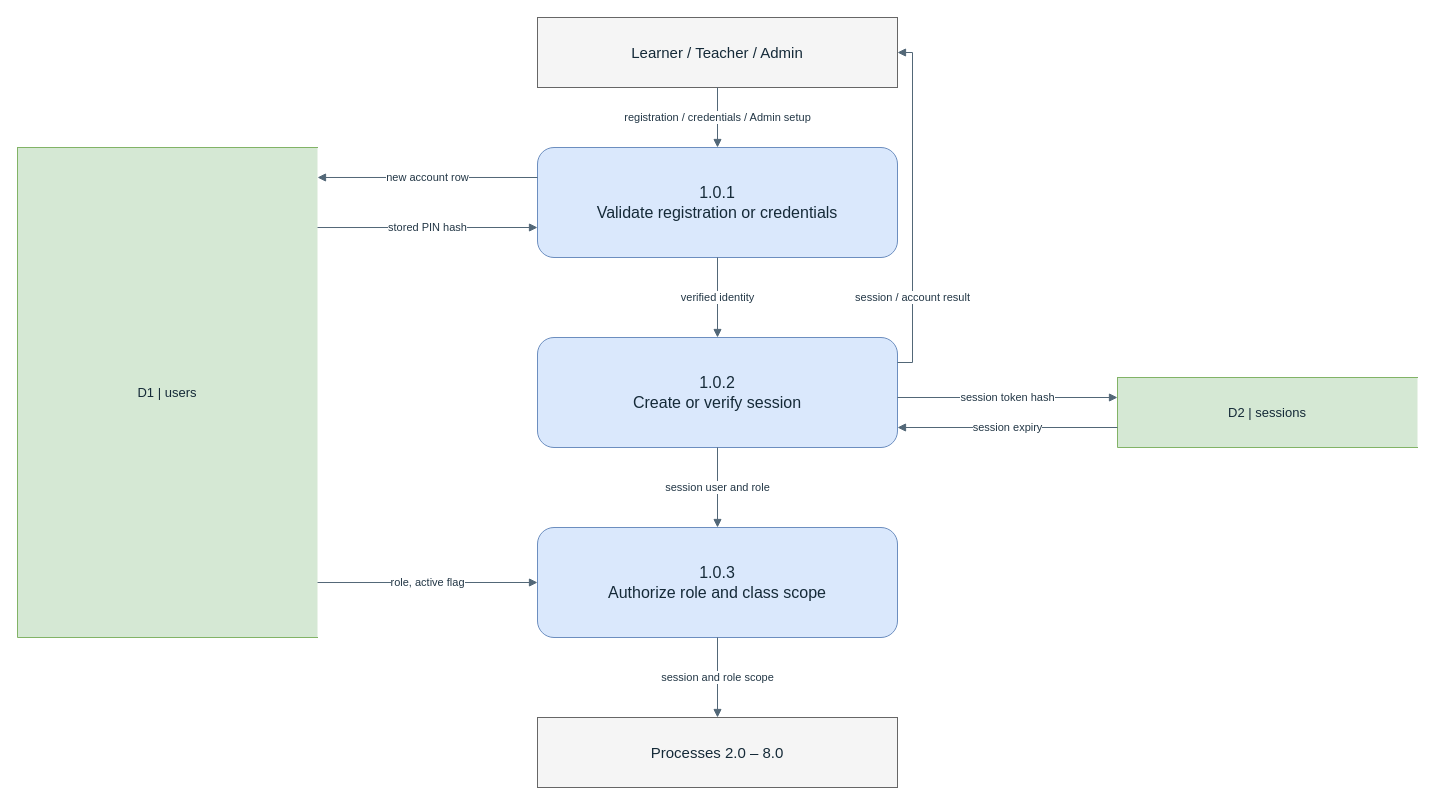
Earlier version of the draw.io diagram docs/thesis/chapter-3/diagrams/dfd-level-2-accounts.drawio (BootlegYouki/L.A.R.A). Source tidied: cells renumbered, new cells numbered last; positions are measured from the earlier drawing's top-left corner, leaving out a move shared by most shapes. Both pictures are drawn from the tidied source at 100%, with x=0, y=0 at pixel (17, 17).
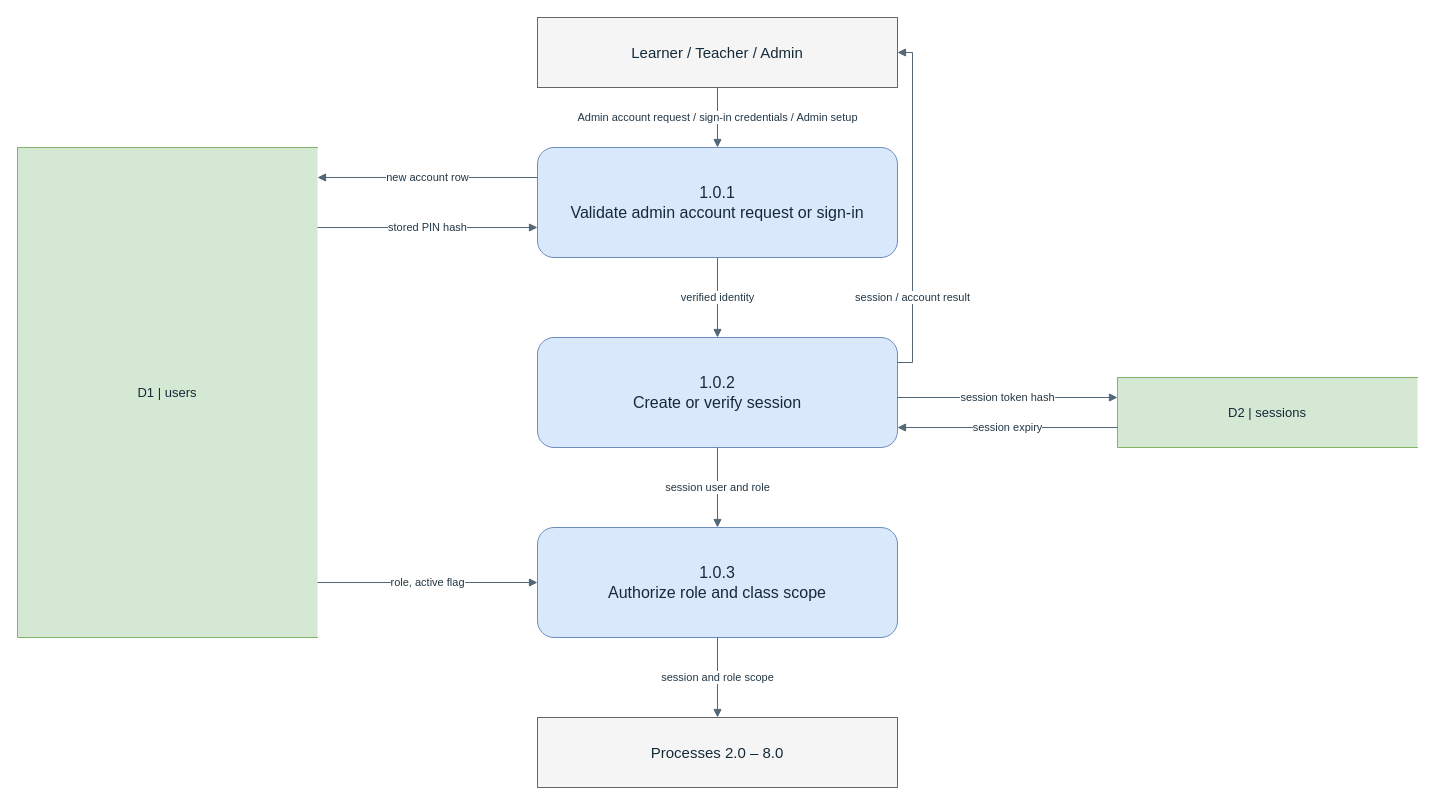
Above is the later version.

Unchanged cells that the change refers to:
```xml
<mxCell id="2" value="Learner / Teacher / Admin" style="rounded=0;whiteSpace=wrap;html=1;fillColor=#f5f5f5;strokeColor=#666666;fontColor=#152a38;fontSize=15;align=center;verticalAlign=middle;spacing=6;" parent="1" vertex="1">
  <mxGeometry x="520" width="360" height="70" as="geometry" />
</mxCell>
```

What changed in the source:
```diff
@@
-    <mxCell id="3" value="1.0.1&#10;Validate registration or credentials" style="rounded=1;whiteSpace=wrap;html=1;fillColor=#dae8fc;strokeColor=#6c8ebf;fontColor=#152a38;fontSize=16;align=center;verticalAlign=middle;spacing=6;" parent="1" vertex="1">
+    <mxCell id="3" value="1.0.1&#10;Validate admin account request or sign-in" style="rounded=1;whiteSpace=wrap;html=1;fillColor=#dae8fc;strokeColor=#6c8ebf;fontColor=#152a38;fontSize=16;align=center;verticalAlign=middle;spacing=6;" parent="1" vertex="1">
       <mxGeometry x="520" y="130" width="360" height="110" as="geometry" />
     </mxCell>
@@
-    <mxCell id="9" value="registration / credentials / Admin setup" style="rounded=0;html=1;strokeColor=#526777;fontColor=#233746;fontSize=11;endArrow=block;endFill=1;labelBackgroundColor=#ffffff;exitX=0.5;exitY=1.0;exitDx=0;exitDy=0;entryX=0.5;entryY=0.0;entryDx=0;entryDy=0;" parent="1" edge="1" source="2" target="3">
+    <mxCell id="9" value="Admin account request / sign-in credentials / Admin setup" style="rounded=0;html=1;strokeColor=#526777;fontColor=#233746;fontSize=11;endArrow=block;endFill=1;labelBackgroundColor=#ffffff;exitX=0.5;exitY=1.0;exitDx=0;exitDy=0;entryX=0.5;entryY=0.0;entryDx=0;entryDy=0;" parent="1" edge="1" source="2" target="3">
       <mxGeometry relative="1" as="geometry" />
     </mxCell>
```
